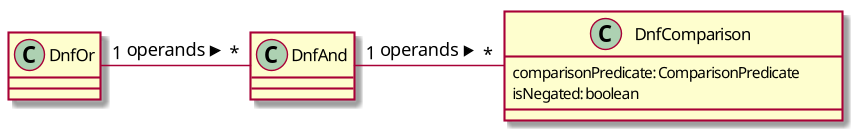
Before: doc/diagrams/dnf.png, a diagram exported from PlantUML (exasol/dynamodb-virtual-schema). Its diagram source:
```plantuml
@startuml

class DnfComparison{
comparisonPredicate: ComparisonPredicate
isNegated: boolean
}

DnfOr "1" - "*" DnfAnd: > operands
DnfAnd "1" - "*" DnfComparison: > operands
@enduml
```
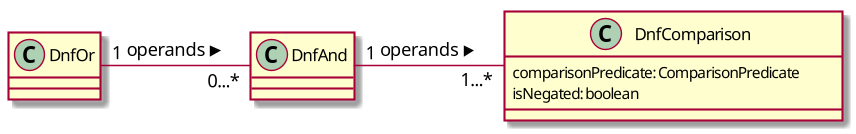
Later version of the same file.

The edit, as a diff of the source:
```diff
@@ -5,6 +5,6 @@
 isNegated: boolean
 }
 
-DnfOr "1" - "*" DnfAnd: > operands
-DnfAnd "1" - "*" DnfComparison: > operands
+DnfOr "1" - "0...*" DnfAnd: > operands
+DnfAnd "1" - "1...*" DnfComparison: > operands
 @enduml
```
